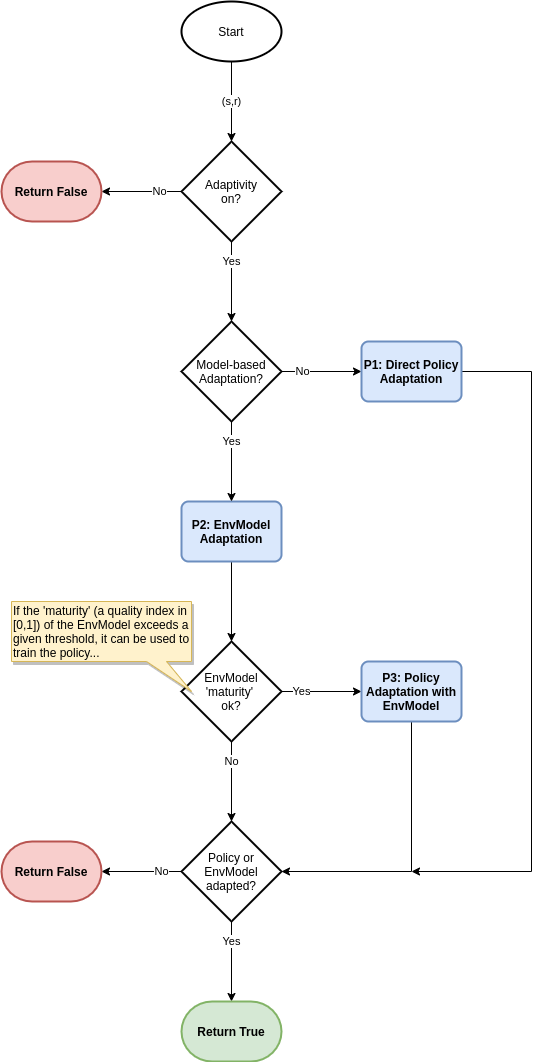
Before: doc/rtd/content/rl/agents/images/MLPro-RL-Agents_flowchart_adaptation.png, a diagram exported from draw.io (fhswf/MLPro). Source tidied: cells renumbered, new cells last; positions are measured from the earlier drawing's top-left corner, leaving out a move shared by most shapes.
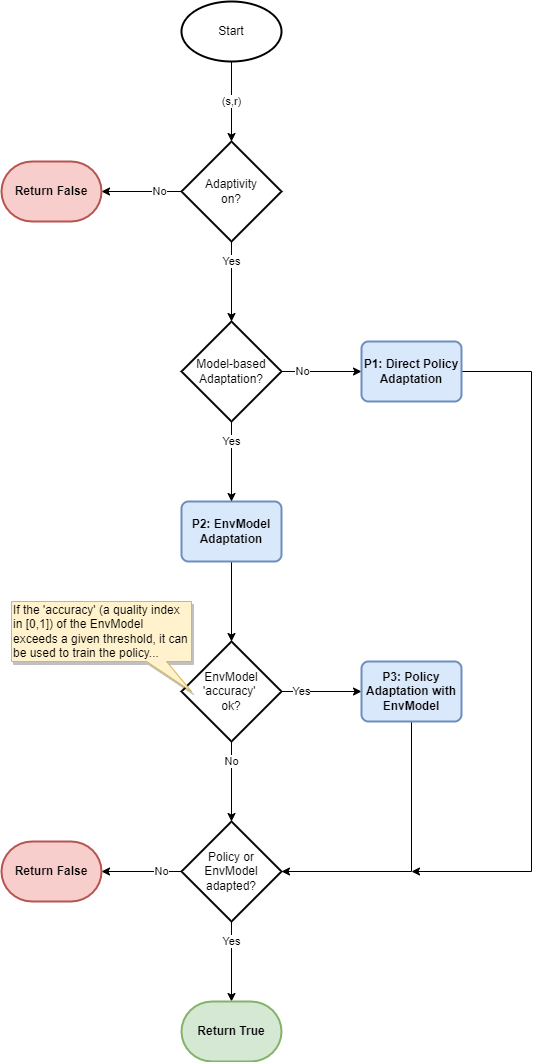
The same file after the commit.

Commit message:
rtd: RL agents

Change to the diagram source:
```diff
@@ -31,7 +31,7 @@
     <mxCell id="9" value="No" style="edgeStyle=orthogonalEdgeStyle;rounded=0;jettySize=auto;html=1;" parent="1" edge="1" source="10" target="17">
       <mxGeometry x="-0.5" relative="1" as="geometry" />
     </mxCell>
-    <mxCell id="10" value="EnvModel&lt;br&gt;'maturity'&amp;nbsp;&lt;br&gt;ok?" style="strokeWidth=2;html=1;shape=mxgraph.flowchart.decision;whiteSpace=wrap;" parent="1" vertex="1">
+    <mxCell id="10" value="EnvModel&lt;br&gt;'accuracy'&amp;nbsp;&lt;br&gt;ok?" style="strokeWidth=2;html=1;shape=mxgraph.flowchart.decision;whiteSpace=wrap;" parent="1" vertex="1">
       <mxGeometry x="180" y="640" width="100" height="100" as="geometry" />
     </mxCell>
     <mxCell id="11" style="edgeStyle=orthogonalEdgeStyle;rounded=0;jettySize=auto;html=1;" parent="1" edge="1" source="12" target="10">
@@ -86,7 +86,7 @@
     <mxCell id="24" value="P1: Direct Policy Adaptation" style="rounded=1;whiteSpace=wrap;html=1;absoluteArcSize=1;arcSize=14;strokeWidth=2;fontStyle=1;fillColor=#dae8fc;strokeColor=#6c8ebf;" parent="1" vertex="1">
       <mxGeometry x="360" y="340" width="100" height="60" as="geometry" />
     </mxCell>
-    <mxCell id="25" value="If the 'maturity' (a quality index in [0,1]) of the EnvModel exceeds a given threshold, it can be used to train the policy..." style="shape=callout;whiteSpace=wrap;html=1;perimeter=calloutPerimeter;size=30;position=0.75;base=20;position2=1;shadow=1;fillColor=#fff2cc;strokeColor=#d6b656;align=left;" parent="1" vertex="1">
+    <mxCell id="25" value="If the 'accuracy' (a quality index in [0,1]) of the EnvModel exceeds a given threshold, it can be used to train the policy..." style="shape=callout;whiteSpace=wrap;html=1;perimeter=calloutPerimeter;size=30;position=0.75;base=20;position2=1;shadow=1;fillColor=#fff2cc;strokeColor=#d6b656;align=left;" parent="1" vertex="1">
       <mxGeometry x="10" y="600" width="180" height="90" as="geometry" />
     </mxCell>
   </root>
```
